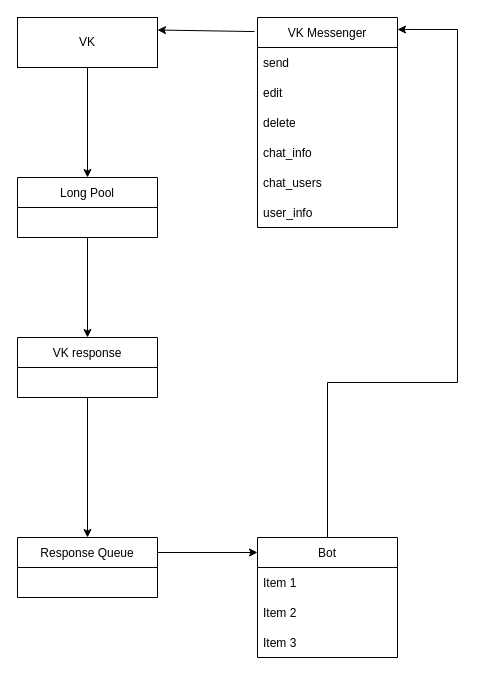
This is page "Structure" (1 of 2) of schema.drawio from ipakeev/vk_quiz_bot, a draw.io file, before an edit. Source tidied: cells renumbered, new cells numbered last; positions are measured from the earlier drawing's top-left corner, leaving out a move shared by most shapes. Both pictures are drawn from the tidied source at 100%, with x=0, y=0 at pixel (17, 17).
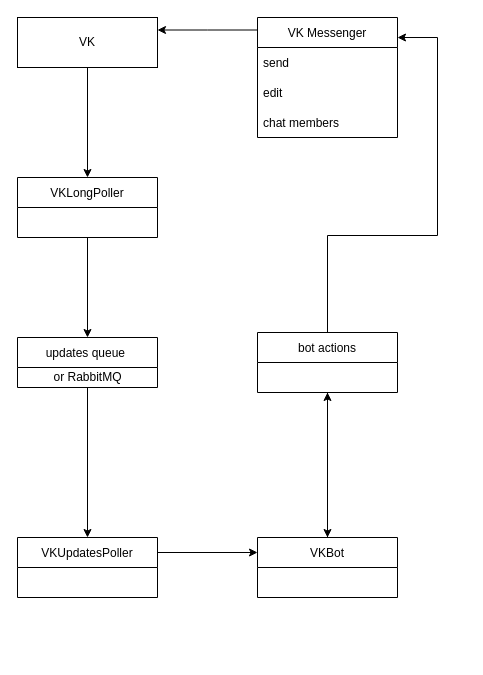
The same diagram, later.

The change refers to these unchanged cells:
```xml
<mxCell id="3" value="VK&lt;br&gt;" style="rounded=0;whiteSpace=wrap;html=1;" parent="1" vertex="1">
  <mxGeometry width="140" height="50" as="geometry" />
</mxCell>
```

Diff of the diagram source:
```diff
@@
-    <mxCell id="5" value="Long Pool" style="swimlane;fontStyle=0;horizontal=1;startSize=30;" parent="1" vertex="1">
+    <mxCell id="5" value="VKLongPoller" style="swimlane;fontStyle=0;horizontal=1;startSize=30;" parent="1" vertex="1">
       <mxGeometry y="160" width="140" height="60" as="geometry" />
     </mxCell>
@@
-    <mxCell id="7" value="Response Queue" style="swimlane;fontStyle=0;horizontal=1;startSize=30;" parent="1" vertex="1">
+    <mxCell id="7" value="VKUpdatesPoller" style="swimlane;fontStyle=0;horizontal=1;startSize=30;" parent="1" vertex="1">
       <mxGeometry y="520" width="140" height="60" as="geometry" />
     </mxCell>
+    <mxCell id="15" style="edgeStyle=orthogonalEdgeStyle;rounded=0;jettySize=auto;html=1;entryX=1;entryY=0.25;entryDx=0;entryDy=0;" parent="1" edge="1" source="8" target="3">
+      <mxGeometry relative="1" as="geometry">
+        <Array as="points">
+          <mxPoint x="190" y="13" />
+        </Array>
+      </mxGeometry>
+    </mxCell>
     <mxCell id="8" value="VK Messenger" style="swimlane;fontStyle=0;horizontal=1;startSize=30;" parent="1" vertex="1">
-      <mxGeometry x="240" width="140" height="210" as="geometry" />
+      <mxGeometry x="240" width="140" height="120" as="geometry" />
     </mxCell>
@@
-    <mxCell id="11" value="delete" style="text;strokeColor=none;fillColor=none;align=left;verticalAlign=middle;spacingLeft=4;spacingRight=4;overflow=hidden;" parent="8" vertex="1">
-      <mxGeometry y="90" width="140" height="30" as="geometry" />
-    </mxCell>
-    <mxCell id="12" value="chat_info" style="text;strokeColor=none;fillColor=none;align=left;verticalAlign=middle;spacingLeft=4;spacingRight=4;overflow=hidden;" parent="8" vertex="1">
-      <mxGeometry y="120" width="140" height="30" as="geometry" />
+    <mxCell id="12" value="chat members" style="text;strokeColor=none;fillColor=none;align=left;verticalAlign=middle;spacingLeft=4;spacingRight=4;overflow=hidden;" parent="8" vertex="1">
+      <mxGeometry y="90" width="140" height="30" as="geometry" />
     </mxCell>
-    <mxCell id="13" value="chat_users" style="text;strokeColor=none;fillColor=none;align=left;verticalAlign=middle;spacingLeft=4;spacingRight=4;overflow=hidden;" parent="8" vertex="1">
-      <mxGeometry y="150" width="140" height="30" as="geometry" />
-    </mxCell>
-    <mxCell id="14" value="user_info" style="text;strokeColor=none;fillColor=none;align=left;verticalAlign=middle;spacingLeft=4;spacingRight=4;overflow=hidden;" parent="8" vertex="1">
-      <mxGeometry y="180" width="140" height="30" as="geometry" />
-    </mxCell>
-    <mxCell id="15" style="edgeStyle=none;rounded=0;jettySize=auto;html=1;exitX=-0.021;exitY=0.067;exitDx=0;exitDy=0;exitPerimeter=0;entryX=1;entryY=0.25;entryDx=0;entryDy=0;" parent="1" edge="1" source="8" target="3">
-      <mxGeometry relative="1" as="geometry" />
-    </mxCell>
@@
-    <mxCell id="17" value="VK response" style="swimlane;fontStyle=0;horizontal=1;startSize=30;" parent="1" vertex="1">
-      <mxGeometry y="320" width="140" height="60" as="geometry" />
+    <mxCell id="17" value="updates queue " style="swimlane;fontStyle=0;horizontal=1;startSize=30;" parent="1" vertex="1">
+      <mxGeometry y="320" width="140" height="50" as="geometry" />
     </mxCell>
-    <mxCell id="18" style="edgeStyle=orthogonalEdgeStyle;rounded=0;jettySize=auto;html=1;entryX=1;entryY=0.057;entryDx=0;entryDy=0;entryPerimeter=0;" parent="1" edge="1" source="19" target="8">
-      <mxGeometry relative="1" as="geometry">
-        <Array as="points">
-          <mxPoint x="310" y="365" />
-          <mxPoint x="440" y="365" />
-          <mxPoint x="440" y="12" />
-        </Array>
-      </mxGeometry>
-    </mxCell>
+    <mxCell id="23" value="or RabbitMQ" style="text;html=1;align=center;verticalAlign=middle;strokeColor=none;fillColor=none;" parent="17" vertex="1">
+      <mxGeometry y="30" width="140" height="20" as="geometry" />
+    </mxCell>
+    <mxCell id="24" style="edgeStyle=orthogonalEdgeStyle;rounded=0;jettySize=auto;html=1;entryX=0.5;entryY=1;entryDx=0;entryDy=0;" parent="1" edge="1" source="19" target="27">
+      <mxGeometry relative="1" as="geometry" />
+    </mxCell>
-    <mxCell id="19" value="Bot" style="swimlane;fontStyle=0;horizontal=1;startSize=30;" parent="1" vertex="1">
-      <mxGeometry x="240" y="520" width="140" height="120" as="geometry" />
+    <mxCell id="19" value="VKBot" style="swimlane;fontStyle=0;horizontal=1;startSize=30;" parent="1" vertex="1">
+      <mxGeometry x="240" y="520" width="140" height="60" as="geometry" />
     </mxCell>
-    <mxCell id="20" value="Item 1" style="text;strokeColor=none;fillColor=none;align=left;verticalAlign=middle;spacingLeft=4;spacingRight=4;overflow=hidden;" parent="19" vertex="1">
-      <mxGeometry y="30" width="140" height="30" as="geometry" />
-    </mxCell>
-    <mxCell id="21" value="Item 2" style="text;strokeColor=none;fillColor=none;align=left;verticalAlign=middle;spacingLeft=4;spacingRight=4;overflow=hidden;" parent="19" vertex="1">
-      <mxGeometry y="60" width="140" height="30" as="geometry" />
-    </mxCell>
-    <mxCell id="22" value="Item 3" style="text;strokeColor=none;fillColor=none;align=left;verticalAlign=middle;spacingLeft=4;spacingRight=4;overflow=hidden;" parent="19" vertex="1">
-      <mxGeometry y="90" width="140" height="30" as="geometry" />
-    </mxCell>
+    <mxCell id="25" style="edgeStyle=orthogonalEdgeStyle;rounded=0;jettySize=auto;html=1;" parent="1" edge="1" source="27" target="19">
+      <mxGeometry relative="1" as="geometry" />
+    </mxCell>
+    <mxCell id="26" style="edgeStyle=orthogonalEdgeStyle;rounded=0;jettySize=auto;html=1;entryX=1;entryY=0.167;entryDx=0;entryDy=0;entryPerimeter=0;" parent="1" edge="1" source="27" target="8">
+      <mxGeometry relative="1" as="geometry">
+        <Array as="points">
+          <mxPoint x="310" y="218" />
+          <mxPoint x="420" y="218" />
+          <mxPoint x="420" y="20" />
+        </Array>
+      </mxGeometry>
+    </mxCell>
+    <mxCell id="27" value="bot actions" style="swimlane;fontStyle=0;horizontal=1;startSize=30;" parent="1" vertex="1">
+      <mxGeometry x="240" y="315" width="140" height="60" as="geometry" />
+    </mxCell>
```
